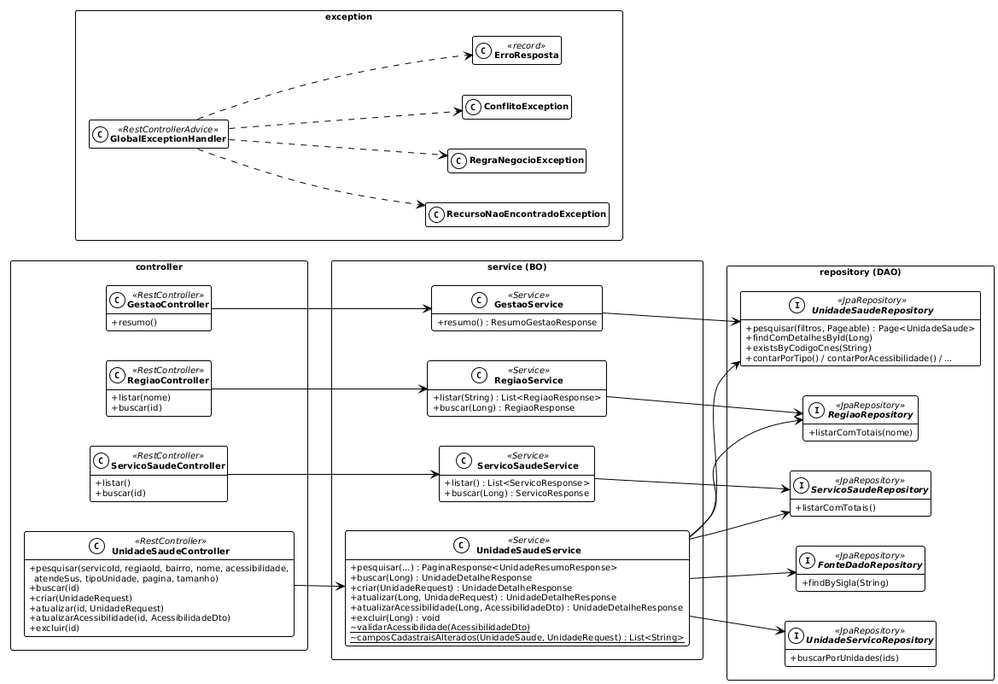
nsantos1/vias keeps this PlantUML diagram as services/api/docs/diagramas/classes-camadas.png. Above is the earlier version. Source of this version:
```plantuml
@startuml classes-camadas
!theme plain
set separator none
skinparam classAttributeIconSize 0
skinparam shadowing false
skinparam classFontStyle bold
skinparam packageStyle rectangle
skinparam defaultFontName Arial
hide empty members
skinparam defaultFontSize 10
left to right direction

package "controller" {
  class UnidadeSaudeController <<RestController>> {
    + pesquisar(servicoId, regiaoId, bairro, nome, acessibilidade,\n  atendeSus, tipoUnidade, pagina, tamanho)
    + buscar(id)
    + criar(UnidadeRequest)
    + atualizar(id, UnidadeRequest)
    + atualizarAcessibilidade(id, AcessibilidadeDto)
    + excluir(id)
  }
  class ServicoSaudeController <<RestController>> {
    + listar()
    + buscar(id)
  }
  class RegiaoController <<RestController>> {
    + listar(nome)
    + buscar(id)
  }
  class GestaoController <<RestController>> {
    + resumo()
  }
}

package "service (BO)" as service {
  class UnidadeSaudeService <<Service>> {
    + pesquisar(...) : PaginaResponse<UnidadeResumoResponse>
    + buscar(Long) : UnidadeDetalheResponse
    + criar(UnidadeRequest) : UnidadeDetalheResponse
    + atualizar(Long, UnidadeRequest) : UnidadeDetalheResponse
    + atualizarAcessibilidade(Long, AcessibilidadeDto) : UnidadeDetalheResponse
    + excluir(Long) : void
    ~ {static} validarAcessibilidade(AcessibilidadeDto)
    ~ {static} camposCadastraisAlterados(UnidadeSaude, UnidadeRequest) : List<String>
  }
  class ServicoSaudeService <<Service>> {
    + listar() : List<ServicoResponse>
    + buscar(Long) : ServicoResponse
  }
  class RegiaoService <<Service>> {
    + listar(String) : List<RegiaoResponse>
    + buscar(Long) : RegiaoResponse
  }
  class GestaoService <<Service>> {
    + resumo() : ResumoGestaoResponse
  }
}

package "repository (DAO)" as repository {
  interface UnidadeSaudeRepository <<JpaRepository>> {
    + pesquisar(filtros, Pageable) : Page<UnidadeSaude>
    + findComDetalhesById(Long)
    + existsByCodigoCnes(String)
    + contarPorTipo() / contarPorAcessibilidade() / ...
  }
  interface UnidadeServicoRepository <<JpaRepository>> {
    + buscarPorUnidades(ids)
  }
  interface ServicoSaudeRepository <<JpaRepository>> {
    + listarComTotais()
  }
  interface RegiaoRepository <<JpaRepository>> {
    + listarComTotais(nome)
  }
  interface FonteDadoRepository <<JpaRepository>> {
    + findBySigla(String)
  }
}

package "exception" {
  class GlobalExceptionHandler <<RestControllerAdvice>>
  class RecursoNaoEncontradoException
  class RegraNegocioException
  class ConflitoException
  class ErroResposta <<record>>
}

UnidadeSaudeController --> UnidadeSaudeService
ServicoSaudeController --> ServicoSaudeService
RegiaoController --> RegiaoService
GestaoController --> GestaoService
UnidadeSaudeService --> UnidadeSaudeRepository
UnidadeSaudeService --> UnidadeServicoRepository
UnidadeSaudeService --> ServicoSaudeRepository
UnidadeSaudeService --> RegiaoRepository
UnidadeSaudeService --> FonteDadoRepository
ServicoSaudeService --> ServicoSaudeRepository
RegiaoService --> RegiaoRepository
GestaoService --> UnidadeSaudeRepository
GlobalExceptionHandler ..> ErroResposta
GlobalExceptionHandler ..> RecursoNaoEncontradoException
GlobalExceptionHandler ..> RegraNegocioException
GlobalExceptionHandler ..> ConflitoException
@enduml
```
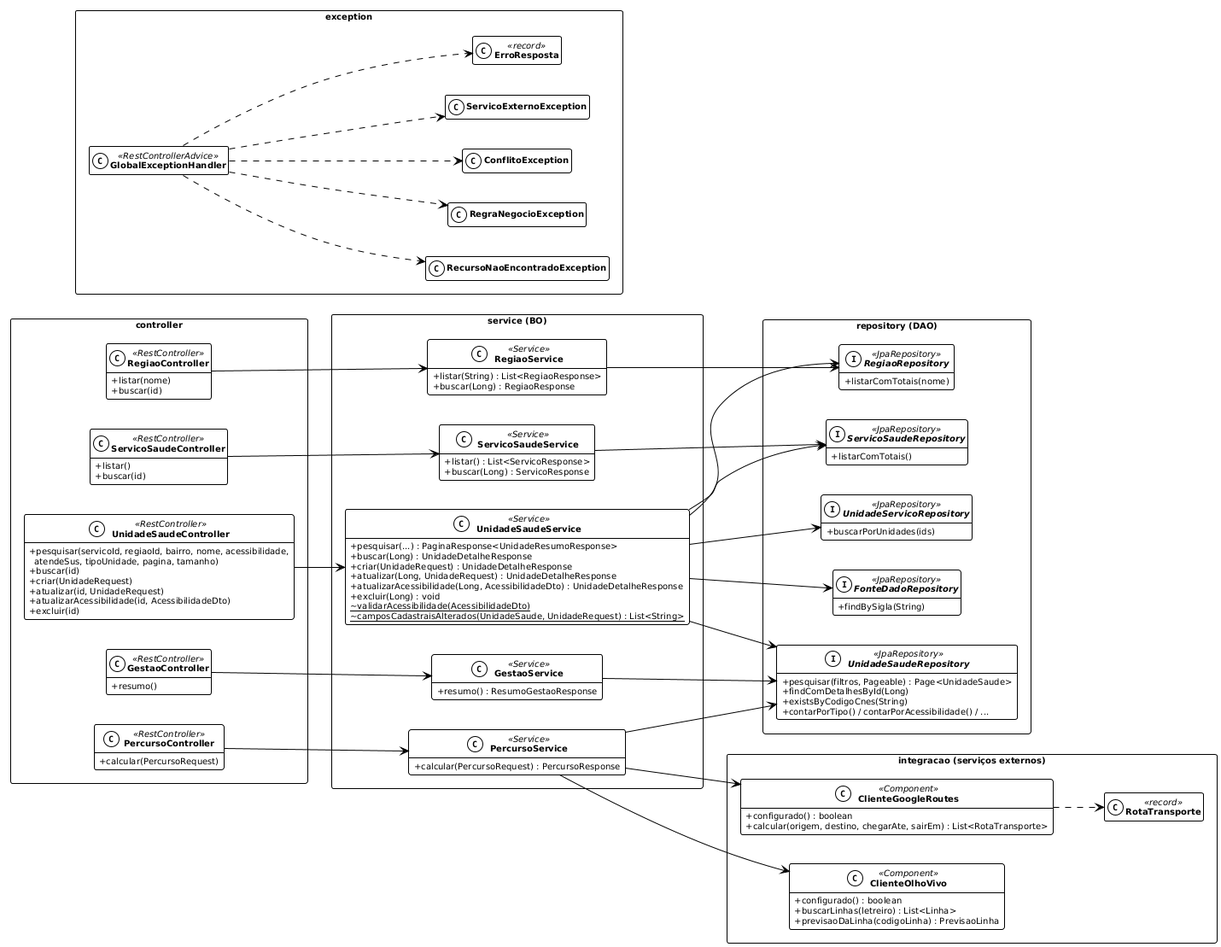
Above is the later version.

What changed in the source:
```diff
@@ -30,6 +30,9 @@
   class GestaoController <<RestController>> {
     + resumo()
   }
+  class PercursoController <<RestController>> {
+    + calcular(PercursoRequest)
+  }
 }
 
 package "service (BO)" as service {
@@ -54,6 +57,22 @@
   class GestaoService <<Service>> {
     + resumo() : ResumoGestaoResponse
   }
+  class PercursoService <<Service>> {
+    + calcular(PercursoRequest) : PercursoResponse
+  }
+}
+
+package "integracao (serviços externos)" as integracao {
+  class ClienteGoogleRoutes <<Component>> {
+    + configurado() : boolean
+    + calcular(origem, destino, chegarAte, sairEm) : List<RotaTransporte>
+  }
+  class ClienteOlhoVivo <<Component>> {
+    + configurado() : boolean
+    + buscarLinhas(letreiro) : List<Linha>
+    + previsaoDaLinha(codigoLinha) : PrevisaoLinha
+  }
+  class RotaTransporte <<record>>
 }
 
 package "repository (DAO)" as repository {
@@ -82,6 +101,7 @@
   class RecursoNaoEncontradoException
   class RegraNegocioException
   class ConflitoException
+  class ServicoExternoException
   class ErroResposta <<record>>
 }
 
@@ -89,6 +109,7 @@
 ServicoSaudeController --> ServicoSaudeService
 RegiaoController --> RegiaoService
 GestaoController --> GestaoService
+PercursoController --> PercursoService
 UnidadeSaudeService --> UnidadeSaudeRepository
 UnidadeSaudeService --> UnidadeServicoRepository
 UnidadeSaudeService --> ServicoSaudeRepository
@@ -97,8 +118,13 @@
 ServicoSaudeService --> ServicoSaudeRepository
 RegiaoService --> RegiaoRepository
 GestaoService --> UnidadeSaudeRepository
+PercursoService --> UnidadeSaudeRepository
+PercursoService --> ClienteGoogleRoutes
+PercursoService --> ClienteOlhoVivo
+ClienteGoogleRoutes ..> RotaTransporte
 GlobalExceptionHandler ..> ErroResposta
 GlobalExceptionHandler ..> RecursoNaoEncontradoException
 GlobalExceptionHandler ..> RegraNegocioException
 GlobalExceptionHandler ..> ConflitoException
+GlobalExceptionHandler ..> ServicoExternoException
 @enduml
```
